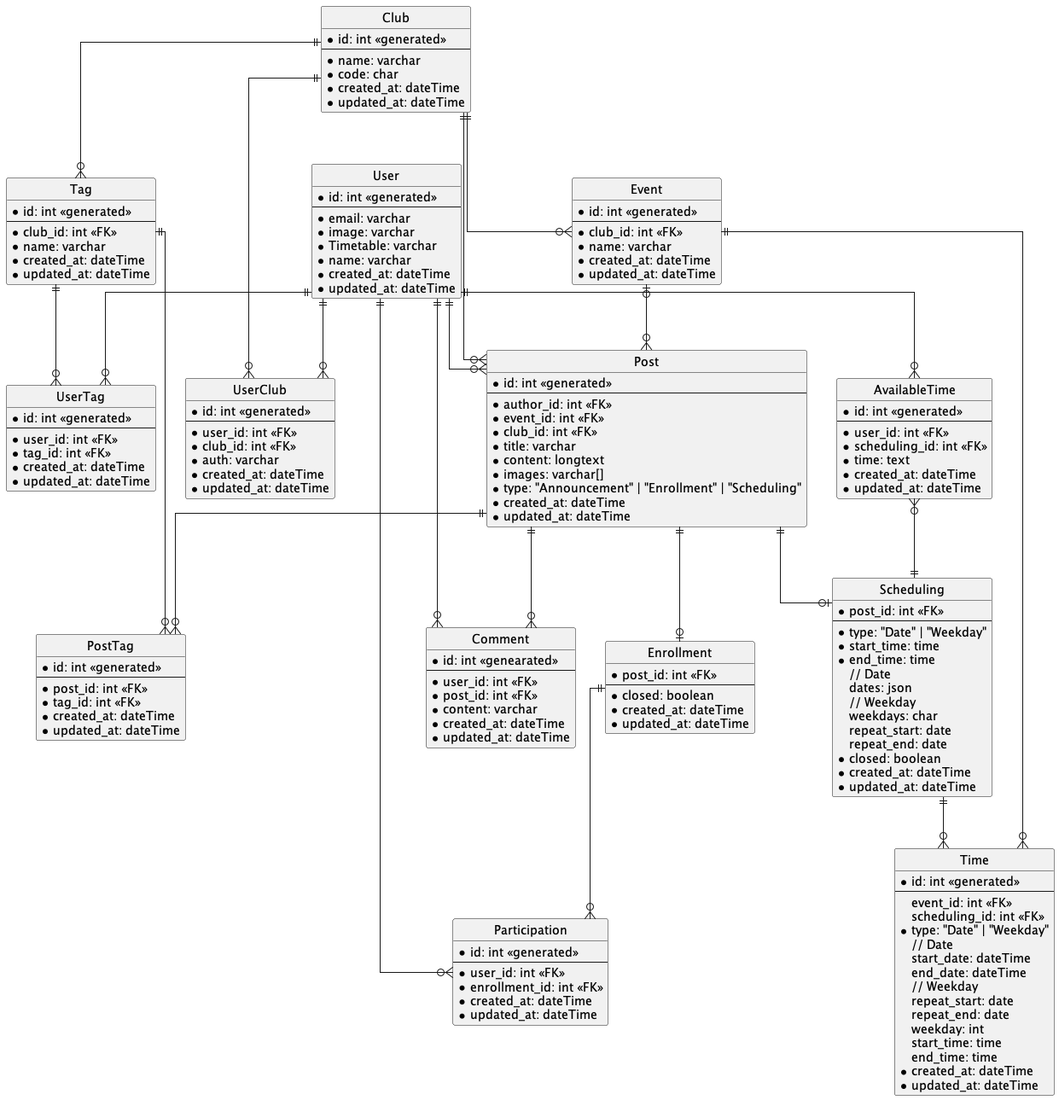
Earlier version of the PlantUML export udong-backend/docs/Udong.png (swsnu/swppfall2022-team1).
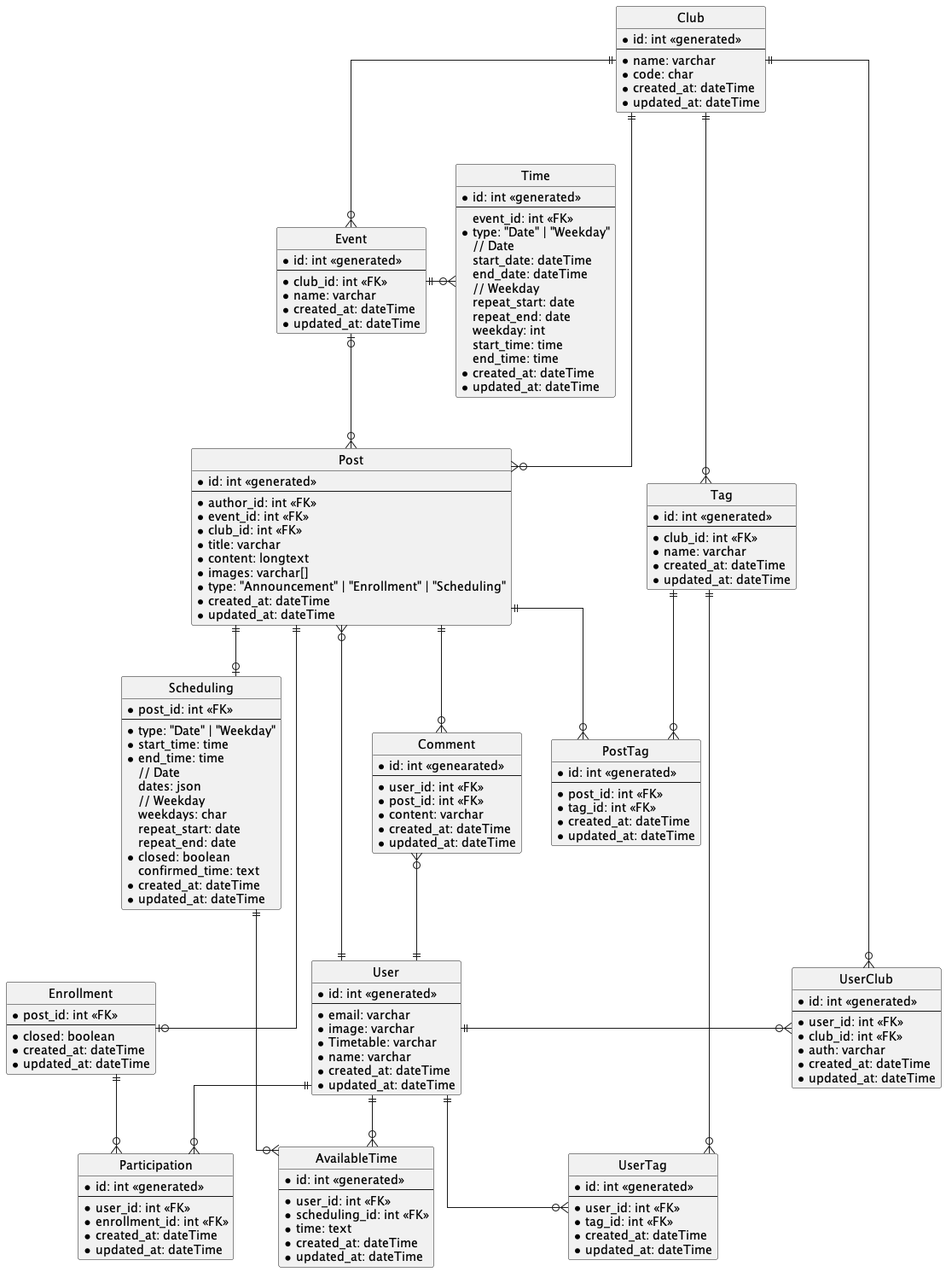
Later version of the same file.

Commit message:
:memo: Update uml diagram about scheduling.confirmed_time (#222)

Change to the diagram source:
```diff
@@ -46,7 +46,6 @@
   *id: int <<generated>>
   --
   event_id: int <<FK>>
-  scheduling_id: int <<FK>>
   *type: "Date" | "Weekday"
   // Date
   start_date: dateTime
@@ -114,6 +113,7 @@
   repeat_start: date
   repeat_end: date
   *closed: boolean
+  confirmed_time: text
   *created_at: dateTime
   *updated_at: dateTime
 }
@@ -156,22 +156,21 @@
   *updated_at: dateTime
 }
 
-User ||--o{ UserClub
+User ||-r-o{ UserClub
 Club ||--o{ UserClub
 Club ||--o{ Event
-Time }o-left-|| Event
+Time }o-r-|| Event
 User ||--o{ UserTag
 Tag ||--o{ UserTag
 Event |o-down-o{ Post
-Post }o-up-|| User
+Post }o-left-|| User
 Enrollment |o-up-|| Post
 Scheduling |o-up-|| Post
-Scheduling ||--o{ Time
 User ||--o{ Participation
 Enrollment ||--o{ Participation
 User ||--o{ AvailableTime
-AvailableTime }o-d-|| Scheduling
-User ||--o{ Comment
+AvailableTime }o-l-|| Scheduling
+Comment }o--|| User
 Post ||--o{ PostTag
 Tag }o-up-|| Club
 Tag ||--o{ PostTag
```
